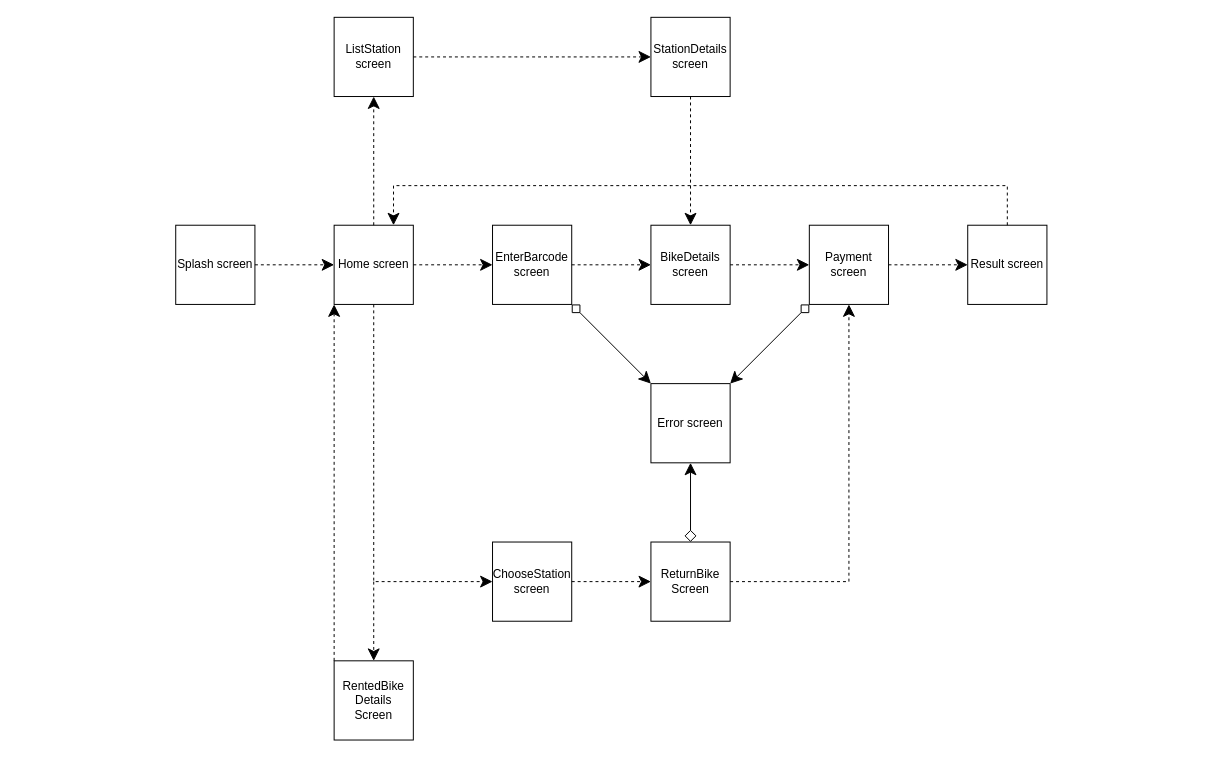
This is Untitled Diagram.drawio from Nguyenducmanh186302/Nguyenducmanh186302, a draw.io file, before an edit. Source tidied: cells renumbered, new cells numbered last; positions are measured from the earlier drawing's top-left corner, leaving out a move shared by most shapes. Both pictures are drawn from the tidied source at 99%, with x=0, y=0 at pixel (175, 17).
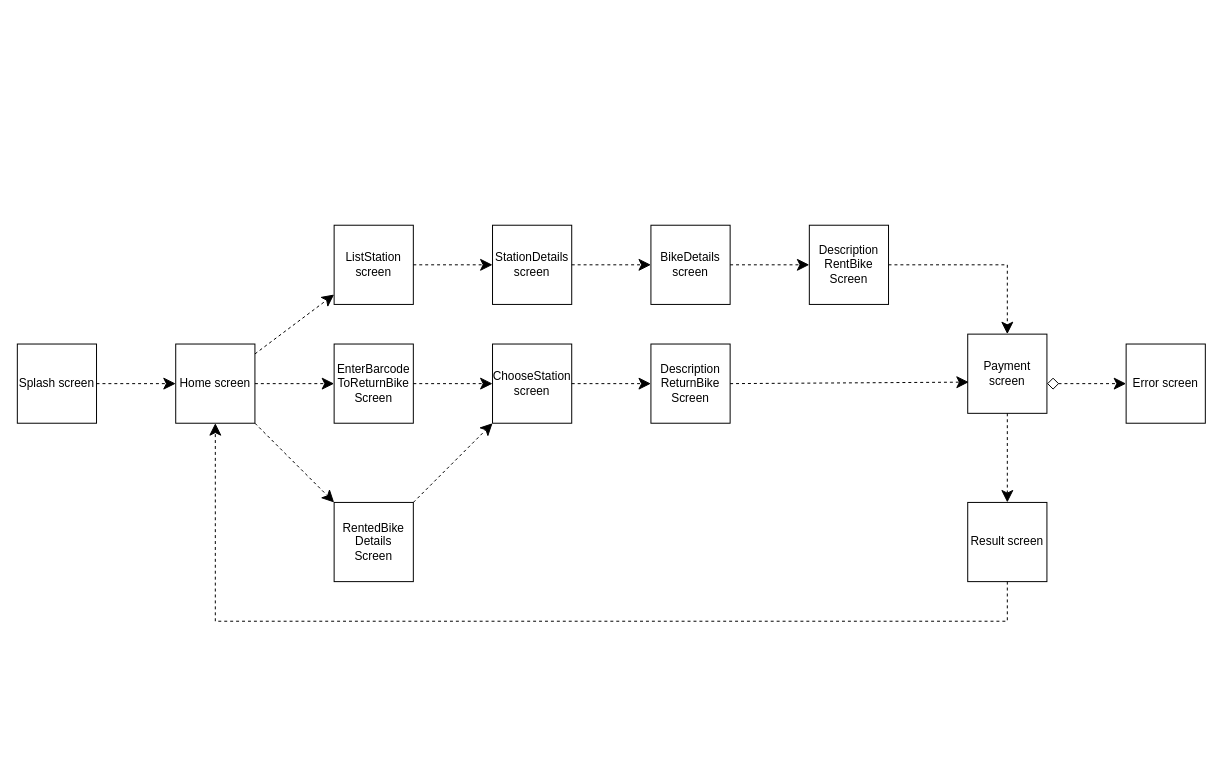
After the change.

Unchanged cells that the change refers to:
```xml
<mxCell id="5" value="BikeDetails screen" style="whiteSpace=wrap;html=1;" parent="1" vertex="1">
  <mxGeometry x="480" y="210" width="80" height="80" as="geometry" />
</mxCell>
```

The edit, as a diff of the source:
```diff
@@
     <mxCell id="2" value="Splash screen" style="whiteSpace=wrap;html=1;" parent="1" vertex="1">
-      <mxGeometry y="210" width="80" height="80" as="geometry" />
+      <mxGeometry x="-160" y="330" width="80" height="80" as="geometry" />
     </mxCell>
     <mxCell id="3" value="Home screen" style="whiteSpace=wrap;html=1;" parent="1" vertex="1">
-      <mxGeometry x="160" y="210" width="80" height="80" as="geometry" />
+      <mxGeometry y="330" width="80" height="80" as="geometry" />
     </mxCell>
-    <mxCell id="4" value="EnterBarcode screen" style="whiteSpace=wrap;html=1;" parent="1" vertex="1">
-      <mxGeometry x="320" y="210" width="80" height="80" as="geometry" />
-    </mxCell>
@@
     <mxCell id="6" value="Payment screen" style="whiteSpace=wrap;html=1;" parent="1" vertex="1">
-      <mxGeometry x="640" y="210" width="80" height="80" as="geometry" />
+      <mxGeometry x="800" y="320" width="80" height="80" as="geometry" />
     </mxCell>
     <mxCell id="7" value="Result screen" style="whiteSpace=wrap;html=1;" parent="1" vertex="1">
-      <mxGeometry x="800" y="210" width="80" height="80" as="geometry" />
+      <mxGeometry x="800" y="490" width="80" height="80" as="geometry" />
     </mxCell>
     <mxCell id="8" value="RentedBike&lt;br&gt;Details Screen" style="whiteSpace=wrap;html=1;" parent="1" vertex="1">
-      <mxGeometry x="160" y="650" width="80" height="80" as="geometry" />
+      <mxGeometry x="160" y="490" width="80" height="80" as="geometry" />
     </mxCell>
     <mxCell id="9" value="ChooseStation&lt;br&gt;screen" style="whiteSpace=wrap;html=1;" parent="1" vertex="1">
-      <mxGeometry x="320" y="530" width="80" height="80" as="geometry" />
+      <mxGeometry x="320" y="330" width="80" height="80" as="geometry" />
     </mxCell>
-    <mxCell id="10" value="ReturnBike&lt;br&gt;Screen" style="whiteSpace=wrap;html=1;" parent="1" vertex="1">
-      <mxGeometry x="480" y="530" width="80" height="80" as="geometry" />
-    </mxCell>
     <mxCell id="11" value="ListStation&lt;br&gt;screen" style="whiteSpace=wrap;html=1;" parent="1" vertex="1">
-      <mxGeometry x="160" width="80" height="80" as="geometry" />
+      <mxGeometry x="160" y="210" width="80" height="80" as="geometry" />
     </mxCell>
     <mxCell id="12" value="StationDetails&lt;br&gt;screen" style="whiteSpace=wrap;html=1;" parent="1" vertex="1">
-      <mxGeometry x="480" width="80" height="80" as="geometry" />
+      <mxGeometry x="320" y="210" width="80" height="80" as="geometry" />
     </mxCell>
-    <mxCell id="13" style="endArrow=classic;dashed=1;html=1;rounded=0;exitX=1;exitY=0.5;exitDx=0;exitDy=0;endFill=1;endSize=10;startSize=10;" parent="1" edge="1" source="2" target="3">
+    <mxCell id="13" style="endArrow=classic;dashed=1;html=1;rounded=0;endFill=1;endSize=10;startSize=10;" parent="1" edge="1" source="2" target="3">
       <mxGeometry relative="1" as="geometry" />
     </mxCell>
-    <mxCell id="14" style="endArrow=classic;dashed=1;html=1;rounded=0;exitX=1;exitY=0.5;exitDx=0;exitDy=0;endFill=1;endSize=10;startSize=10;" parent="1" edge="1" source="3" target="4">
-      <mxGeometry relative="1" as="geometry" />
-    </mxCell>
-    <mxCell id="15" style="endArrow=classic;dashed=1;html=1;rounded=0;exitX=1;exitY=0.5;exitDx=0;exitDy=0;endFill=1;endSize=10;startSize=10;entryX=0;entryY=0.5;entryDx=0;entryDy=0;" parent="1" edge="1" source="9" target="10">
-      <mxGeometry relative="1" as="geometry" />
-    </mxCell>
-    <mxCell id="16" style="endArrow=classic;dashed=1;html=1;rounded=0;exitX=0.5;exitY=1;exitDx=0;exitDy=0;endFill=1;endSize=10;startSize=10;" parent="1" edge="1" source="3" target="9">
-      <mxGeometry relative="1" as="geometry">
-        <Array as="points">
-          <mxPoint x="200" y="410" />
-          <mxPoint x="200" y="570" />
-        </Array>
-      </mxGeometry>
-    </mxCell>
-    <mxCell id="17" style="endArrow=classic;dashed=1;html=1;rounded=0;exitX=1;exitY=0.5;exitDx=0;exitDy=0;endFill=1;endSize=10;startSize=10;entryX=0;entryY=0.5;entryDx=0;entryDy=0;" parent="1" edge="1" source="6" target="7">
-      <mxGeometry relative="1" as="geometry" />
-    </mxCell>
-    <mxCell id="18" style="endArrow=classic;dashed=1;html=1;rounded=0;exitX=1;exitY=0.5;exitDx=0;exitDy=0;endFill=1;endSize=10;startSize=10;entryX=0;entryY=0.5;entryDx=0;entryDy=0;" parent="1" edge="1" source="5" target="6">
-      <mxGeometry relative="1" as="geometry" />
-    </mxCell>
-    <mxCell id="19" style="endArrow=classic;dashed=1;html=1;rounded=0;exitX=1;exitY=0.5;exitDx=0;exitDy=0;endFill=1;endSize=10;startSize=10;entryX=0;entryY=0.5;entryDx=0;entryDy=0;" parent="1" edge="1" source="4" target="5">
-      <mxGeometry relative="1" as="geometry" />
-    </mxCell>
-    <mxCell id="20" style="endArrow=classic;dashed=1;html=1;rounded=0;exitX=0.5;exitY=0;exitDx=0;exitDy=0;endFill=1;endSize=10;startSize=10;entryX=0.75;entryY=0;entryDx=0;entryDy=0;" parent="1" edge="1" source="7" target="3">
-      <mxGeometry relative="1" as="geometry">
-        <Array as="points">
-          <mxPoint x="840" y="170" />
-          <mxPoint x="220" y="170" />
-        </Array>
-      </mxGeometry>
-    </mxCell>
-    <mxCell id="21" style="endArrow=classic;dashed=1;html=1;rounded=0;endFill=1;endSize=10;startSize=10;entryX=0.5;entryY=1;entryDx=0;entryDy=0;exitX=1;exitY=0.5;exitDx=0;exitDy=0;" parent="1" edge="1" source="10" target="6">
-      <mxGeometry relative="1" as="geometry">
-        <Array as="points">
-          <mxPoint x="680" y="570" />
-          <mxPoint x="680" y="370" />
-          <mxPoint x="680" y="330" />
-        </Array>
-      </mxGeometry>
-    </mxCell>
-    <mxCell id="22" style="endArrow=classic;dashed=1;html=1;rounded=0;exitX=0.5;exitY=0;exitDx=0;exitDy=0;endFill=1;endSize=10;startSize=10;entryX=0.5;entryY=1;entryDx=0;entryDy=0;" parent="1" edge="1" source="3" target="11">
+    <mxCell id="22" style="endArrow=classic;dashed=1;html=1;rounded=0;endFill=1;endSize=10;startSize=10;" parent="1" edge="1" source="3" target="11">
       <mxGeometry relative="1" as="geometry" />
     </mxCell>
     <mxCell id="23" value="Error screen" style="whiteSpace=wrap;html=1;" parent="1" vertex="1">
-      <mxGeometry x="480" y="370" width="80" height="80" as="geometry" />
+      <mxGeometry x="960" y="330" width="80" height="80" as="geometry" />
     </mxCell>
-    <mxCell id="24" style="endArrow=classic;html=1;rounded=0;startSize=10;endSize=10;exitX=1;exitY=1;exitDx=0;exitDy=0;entryX=0;entryY=0;entryDx=0;entryDy=0;endFill=1;startArrow=diamond;startFill=0;" parent="1" edge="1" source="4" target="23">
-      <mxGeometry relative="1" as="geometry">
-        <Array as="points">
-          <mxPoint x="440" y="330" />
-        </Array>
-      </mxGeometry>
-    </mxCell>
-    <mxCell id="25" style="endArrow=classic;html=1;rounded=0;startSize=10;endSize=10;exitX=0;exitY=1;exitDx=0;exitDy=0;entryX=1;entryY=0;entryDx=0;entryDy=0;endFill=1;startArrow=diamond;startFill=0;" parent="1" edge="1" source="6" target="23">
-      <mxGeometry relative="1" as="geometry">
-        <Array as="points">
-          <mxPoint x="600" y="330" />
-        </Array>
-      </mxGeometry>
-    </mxCell>
-    <mxCell id="26" style="endArrow=classic;html=1;rounded=0;startSize=10;endSize=10;exitX=0.5;exitY=0;exitDx=0;exitDy=0;entryX=0.5;entryY=1;entryDx=0;entryDy=0;endFill=1;startArrow=diamond;startFill=0;" parent="1" edge="1" source="10" target="23">
-      <mxGeometry relative="1" as="geometry" />
-    </mxCell>
@@
-    <mxCell id="28" style="endArrow=classic;dashed=1;html=1;rounded=0;endFill=1;endSize=10;startSize=10;" parent="1" edge="1" target="8">
-      <mxGeometry relative="1" as="geometry">
-        <mxPoint x="200" y="570" as="sourcePoint" />
-      </mxGeometry>
-    </mxCell>
-    <mxCell id="29" style="endArrow=classic;dashed=1;html=1;rounded=0;exitX=0.5;exitY=1;exitDx=0;exitDy=0;endFill=1;endSize=10;startSize=10;entryX=0.5;entryY=0;entryDx=0;entryDy=0;" parent="1" edge="1" source="12" target="5">
+    <mxCell id="29" style="endArrow=classic;dashed=1;html=1;rounded=0;exitX=1;exitY=0.5;exitDx=0;exitDy=0;endFill=1;endSize=10;startSize=10;" parent="1" edge="1" source="12" target="5">
       <mxGeometry relative="1" as="geometry" />
     </mxCell>
-    <mxCell id="30" style="endArrow=classic;dashed=1;html=1;rounded=0;endFill=1;endSize=10;startSize=10;entryX=0;entryY=1;entryDx=0;entryDy=0;exitX=0;exitY=0;exitDx=0;exitDy=0;" parent="1" edge="1" source="8" target="3">
-      <mxGeometry relative="1" as="geometry" />
-    </mxCell>
+    <mxCell id="31" value="Description&lt;br&gt;RentBike&lt;br&gt;Screen" style="whiteSpace=wrap;html=1;" parent="1" vertex="1">
+      <mxGeometry x="640" y="210" width="80" height="80" as="geometry" />
+    </mxCell>
+    <mxCell id="32" style="endArrow=classic;dashed=1;html=1;rounded=0;exitX=1;exitY=0.5;exitDx=0;exitDy=0;endFill=1;endSize=10;startSize=10;entryX=0;entryY=0.5;entryDx=0;entryDy=0;" parent="1" edge="1" source="5" target="31">
+      <mxGeometry relative="1" as="geometry" />
+    </mxCell>
+    <mxCell id="33" style="endArrow=classic;dashed=1;html=1;rounded=0;exitX=1;exitY=0.5;exitDx=0;exitDy=0;endFill=1;endSize=10;startSize=10;" parent="1" edge="1" source="31" target="6">
+      <mxGeometry relative="1" as="geometry">
+        <Array as="points">
+          <mxPoint x="840" y="250" />
+        </Array>
+      </mxGeometry>
+    </mxCell>
+    <mxCell id="34" value="EnterBarcode&lt;br&gt;ToReturnBike&lt;br&gt;Screen" style="whiteSpace=wrap;html=1;" parent="1" vertex="1">
+      <mxGeometry x="160" y="330" width="80" height="80" as="geometry" />
+    </mxCell>
+    <mxCell id="35" value="Description&lt;br&gt;ReturnBike&lt;br&gt;Screen" style="whiteSpace=wrap;html=1;" parent="1" vertex="1">
+      <mxGeometry x="480" y="330" width="80" height="80" as="geometry" />
+    </mxCell>
+    <mxCell id="36" style="endArrow=classic;dashed=1;html=1;rounded=0;endFill=1;startArrow=diamond;startFill=0;endSize=10;startSize=10;entryX=0;entryY=0.5;entryDx=0;entryDy=0;" parent="1" edge="1" target="23">
+      <mxGeometry relative="1" as="geometry">
+        <mxPoint x="880" y="370" as="sourcePoint" />
+      </mxGeometry>
+    </mxCell>
+    <mxCell id="37" style="endArrow=classic;dashed=1;html=1;rounded=0;exitX=1;exitY=0.5;exitDx=0;exitDy=0;endFill=1;endSize=10;startSize=10;entryX=0;entryY=0.5;entryDx=0;entryDy=0;" parent="1" edge="1" source="3" target="34">
+      <mxGeometry relative="1" as="geometry" />
+    </mxCell>
+    <mxCell id="38" style="endArrow=classic;dashed=1;html=1;rounded=0;exitX=1;exitY=0.5;exitDx=0;exitDy=0;endFill=1;endSize=10;startSize=10;entryX=0;entryY=0.5;entryDx=0;entryDy=0;" parent="1" edge="1" source="34" target="9">
+      <mxGeometry relative="1" as="geometry" />
+    </mxCell>
+    <mxCell id="39" style="endArrow=classic;dashed=1;html=1;rounded=0;exitX=1;exitY=0.5;exitDx=0;exitDy=0;endFill=1;endSize=10;startSize=10;entryX=0;entryY=0.5;entryDx=0;entryDy=0;" parent="1" edge="1" source="9" target="35">
+      <mxGeometry relative="1" as="geometry" />
+    </mxCell>
+    <mxCell id="40" style="endArrow=classic;dashed=1;html=1;rounded=0;exitX=1;exitY=0.5;exitDx=0;exitDy=0;endFill=1;endSize=10;startSize=10;entryX=0.013;entryY=0.606;entryDx=0;entryDy=0;entryPerimeter=0;" parent="1" edge="1" source="35" target="6">
+      <mxGeometry relative="1" as="geometry" />
+    </mxCell>
+    <mxCell id="41" style="endArrow=classic;dashed=1;html=1;rounded=0;exitX=1;exitY=1;exitDx=0;exitDy=0;endFill=1;endSize=10;startSize=10;entryX=0;entryY=0;entryDx=0;entryDy=0;" parent="1" edge="1" source="3" target="8">
+      <mxGeometry relative="1" as="geometry" />
+    </mxCell>
+    <mxCell id="17" style="endArrow=classic;dashed=1;html=1;rounded=0;exitX=0.5;exitY=1;exitDx=0;exitDy=0;endFill=1;endSize=10;startSize=10;entryX=0.5;entryY=0;entryDx=0;entryDy=0;" parent="1" edge="1" source="6" target="7">
+      <mxGeometry relative="1" as="geometry" />
+    </mxCell>
+    <mxCell id="42" style="endArrow=classic;dashed=1;html=1;rounded=0;exitX=1;exitY=0;exitDx=0;exitDy=0;endFill=1;endSize=10;startSize=10;entryX=0;entryY=1;entryDx=0;entryDy=0;" parent="1" edge="1" source="8" target="9">
+      <mxGeometry relative="1" as="geometry" />
+    </mxCell>
+    <mxCell id="20" style="endArrow=classic;dashed=1;html=1;rounded=0;exitX=0.5;exitY=1;exitDx=0;exitDy=0;endFill=1;endSize=10;startSize=10;entryX=0.5;entryY=1;entryDx=0;entryDy=0;" parent="1" edge="1" source="7" target="3">
+      <mxGeometry relative="1" as="geometry">
+        <Array as="points">
+          <mxPoint x="840" y="610" />
+          <mxPoint x="40" y="610" />
+        </Array>
+      </mxGeometry>
+    </mxCell>
```
